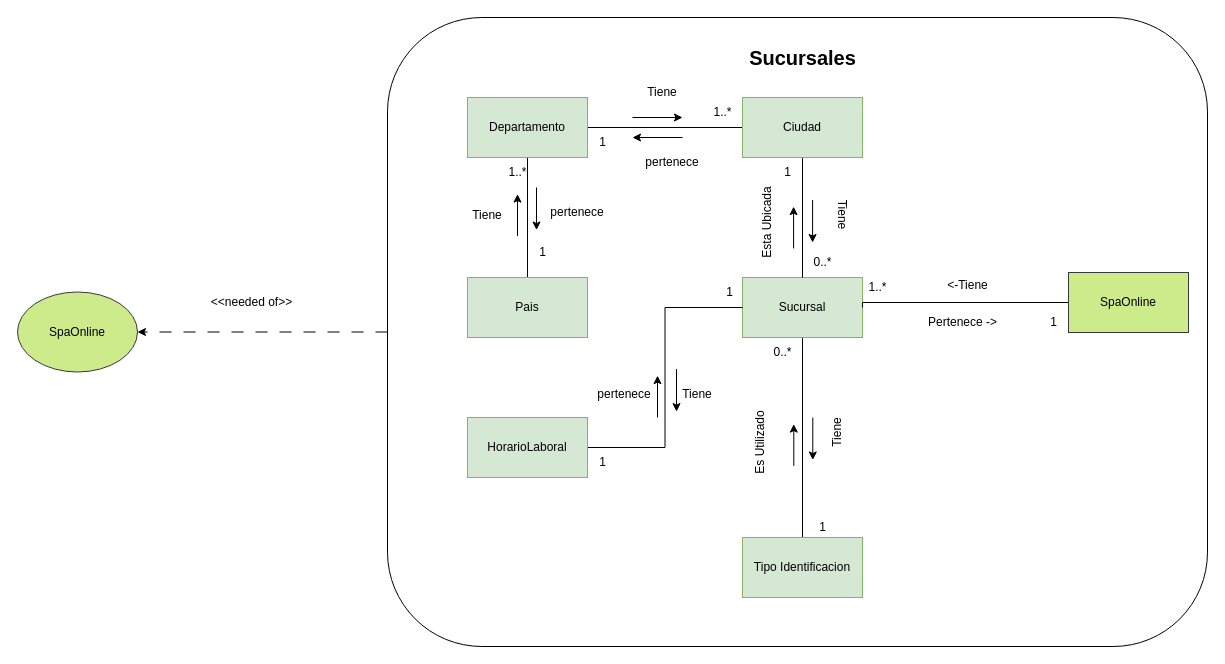
Before: page "4.4 Sucursales-ModeloDominioAcotado" (7 of 12) of SpaOnline/ModeloDominioSpa.drawio in cristianospina/DOO, a draw.io diagram. Source tidied: cells renumbered, new cells numbered last; positions are measured from the earlier drawing's top-left corner, leaving out a move shared by most shapes. Both pictures are drawn from the tidied source at 100%, with x=0, y=0 at pixel (17, 17).
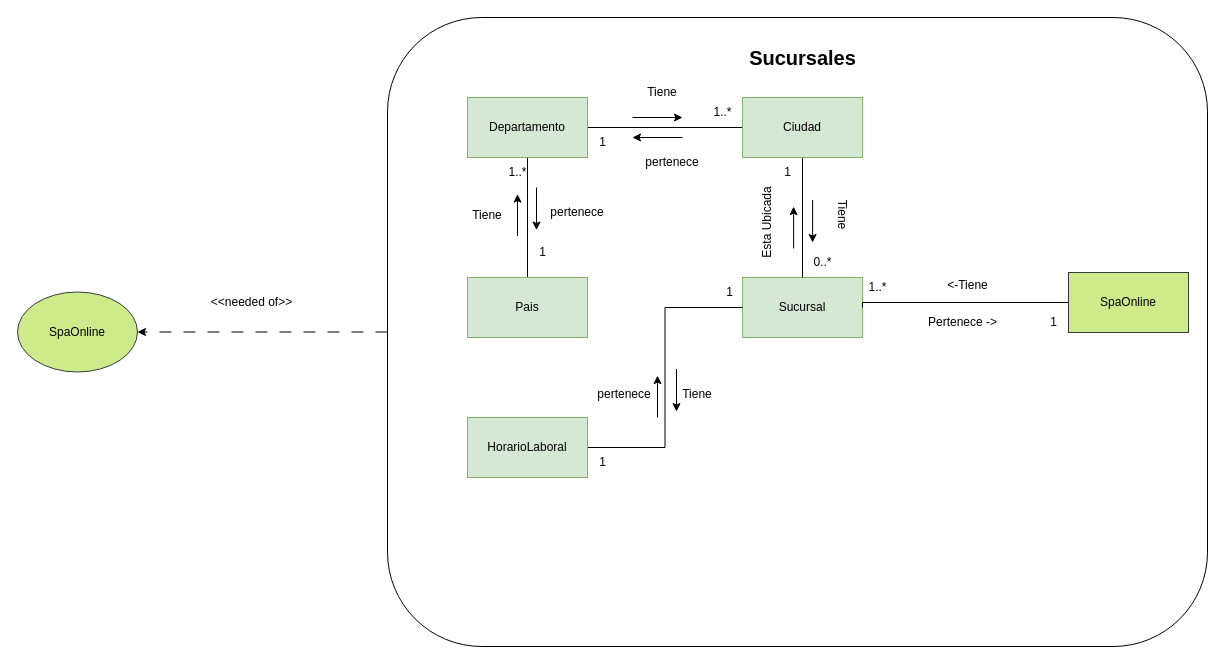
The same page after the edit.

Unchanged cells that the change refers to:
```xml
<mxCell id="5" value="Sucursal" style="rounded=0;whiteSpace=wrap;html=1;fillColor=#d5e8d4;strokeColor=#82b366;" parent="1" vertex="1">
  <mxGeometry x="725" y="260" width="120" height="60" as="geometry" />
</mxCell>
```

Diff of the diagram source:
```diff
@@
-    <mxCell id="4" style="edgeStyle=orthogonalEdgeStyle;rounded=0;jettySize=auto;html=1;endArrow=none;endFill=0;" parent="1" edge="1" source="5" target="27">
-      <mxGeometry relative="1" as="geometry" />
-    </mxCell>
@@
-    <mxCell id="27" value="Tipo Identificacion" style="rounded=0;whiteSpace=wrap;html=1;fillColor=#d5e8d4;strokeColor=#82b366;" parent="1" vertex="1">
-      <mxGeometry x="725" y="520" width="120" height="60" as="geometry" />
-    </mxCell>
-    <mxCell id="28" value="0..*" style="text;html=1;align=center;verticalAlign=middle;strokeColor=none;fillColor=none;" parent="1" vertex="1">
-      <mxGeometry x="745" y="320" width="40" height="30" as="geometry" />
-    </mxCell>
-    <mxCell id="29" value="Es Utilizado" style="text;html=1;align=center;verticalAlign=middle;whiteSpace=wrap;rounded=0;rotation=-90;" parent="1" vertex="1">
-      <mxGeometry x="705" y="410" width="75" height="30" as="geometry" />
-    </mxCell>
-    <mxCell id="30" value="Tiene" style="text;html=1;align=center;verticalAlign=middle;whiteSpace=wrap;rounded=0;rotation=-90;" parent="1" vertex="1">
-      <mxGeometry x="790" y="400" width="60" height="30" as="geometry" />
-    </mxCell>
-    <mxCell id="31" value="1" style="text;html=1;align=center;verticalAlign=middle;strokeColor=none;fillColor=none;" parent="1" vertex="1">
-      <mxGeometry x="790" y="495" width="30" height="30" as="geometry" />
-    </mxCell>
@@
-    <mxCell id="33" style="endArrow=classic;html=1;rounded=0;" parent="1" edge="1">
-      <mxGeometry relative="1" as="geometry">
-        <mxPoint x="795.3" y="400" as="sourcePoint" />
-        <mxPoint x="795.3" y="442.5" as="targetPoint" />
-      </mxGeometry>
-    </mxCell>
-    <mxCell id="34" style="endArrow=classic;html=1;rounded=0;" parent="1" edge="1">
-      <mxGeometry relative="1" as="geometry">
-        <mxPoint x="776.3" y="448.4" as="sourcePoint" />
-        <mxPoint x="776.3" y="406.6" as="targetPoint" />
-      </mxGeometry>
-    </mxCell>
```
